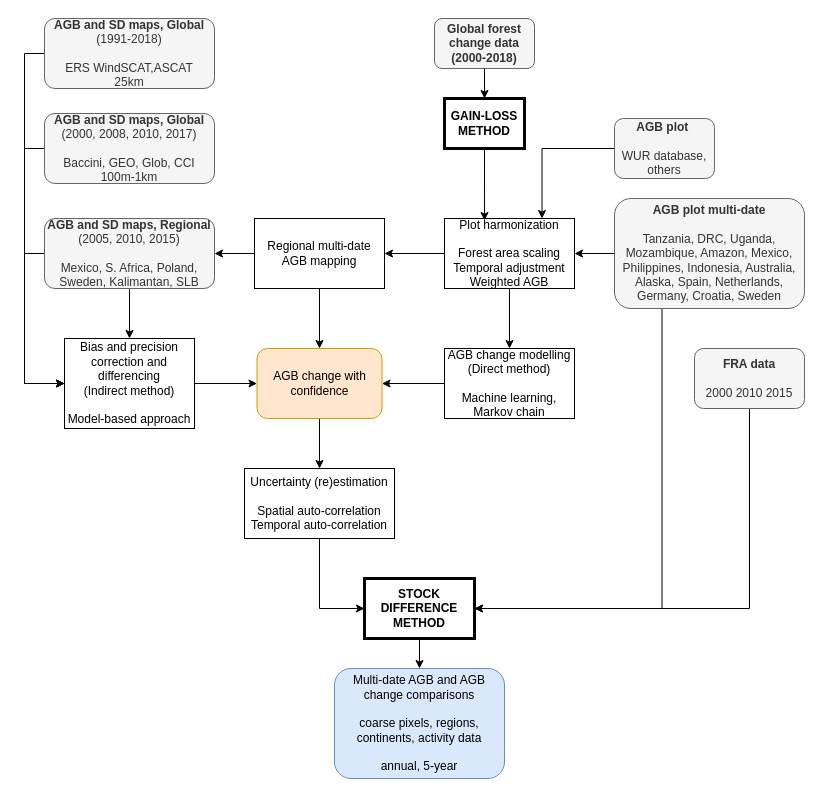
Earlier version of the draw.io diagram Biomass change.drawio (arnanaraza/diagrams). Source tidied: cells renumbered, new cells numbered last; positions are measured from the earlier drawing's top-left corner, leaving out a move shared by most shapes. Both pictures are drawn from the tidied source at 100%, with x=0, y=0 at pixel (44, 18).
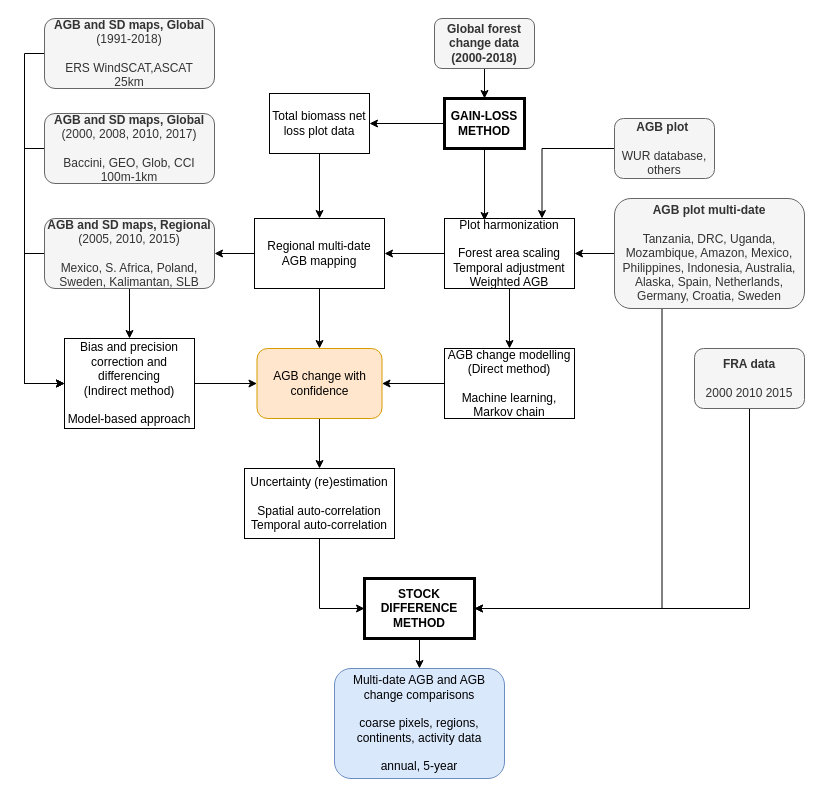
The same page after the edit.

Unchanged cells that the change refers to:
```xml
<mxCell id="32" value="Regional multi-date AGB mapping" style="rounded=0;whiteSpace=wrap;html=1;" parent="1" vertex="1">
  <mxGeometry x="210" y="200" width="130" height="70" as="geometry" />
</mxCell>
<mxCell id="34" value="GAIN-LOSS METHOD" style="rounded=0;whiteSpace=wrap;html=1;fontStyle=1;strokeWidth=3;" parent="1" vertex="1">
  <mxGeometry x="400" y="80" width="80" height="50" as="geometry" />
</mxCell>
```

The edit, as a diff of the source:
```diff
@@
+    <mxCell id="37" style="edgeStyle=orthogonalEdgeStyle;rounded=0;jettySize=auto;html=1;exitX=0;exitY=0.5;exitDx=0;exitDy=0;entryX=1;entryY=0.5;entryDx=0;entryDy=0;" parent="1" edge="1" source="34" target="39">
+      <mxGeometry relative="1" as="geometry" />
+    </mxCell>
@@
+    <mxCell id="38" style="edgeStyle=orthogonalEdgeStyle;rounded=0;jettySize=auto;html=1;exitX=0.5;exitY=1;exitDx=0;exitDy=0;entryX=0.5;entryY=0;entryDx=0;entryDy=0;" parent="1" edge="1" source="39" target="32">
+      <mxGeometry relative="1" as="geometry" />
+    </mxCell>
+    <mxCell id="39" value="Total biomass net loss plot data" style="rounded=0;whiteSpace=wrap;html=1;" parent="1" vertex="1">
+      <mxGeometry x="225" y="75" width="100" height="60" as="geometry" />
+    </mxCell>
```
